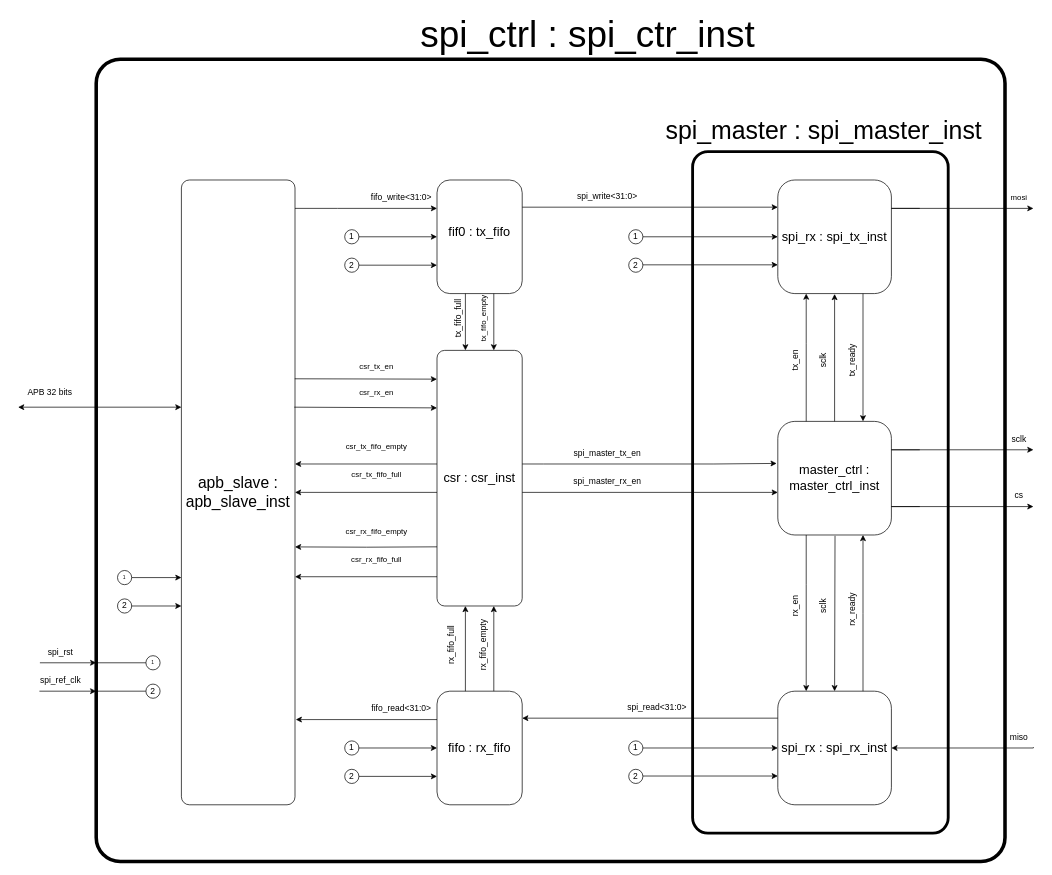
Earlier version of the draw.io diagram doc/Spi_ctrl.drawio (ver296/spi_ctrl). Source tidied: cells renumbered, new cells numbered last; positions are measured from the earlier drawing's top-left corner, leaving out a move shared by most shapes. Both pictures are drawn from the tidied source at 71%, with x=0, y=0 at pixel (18, 23).
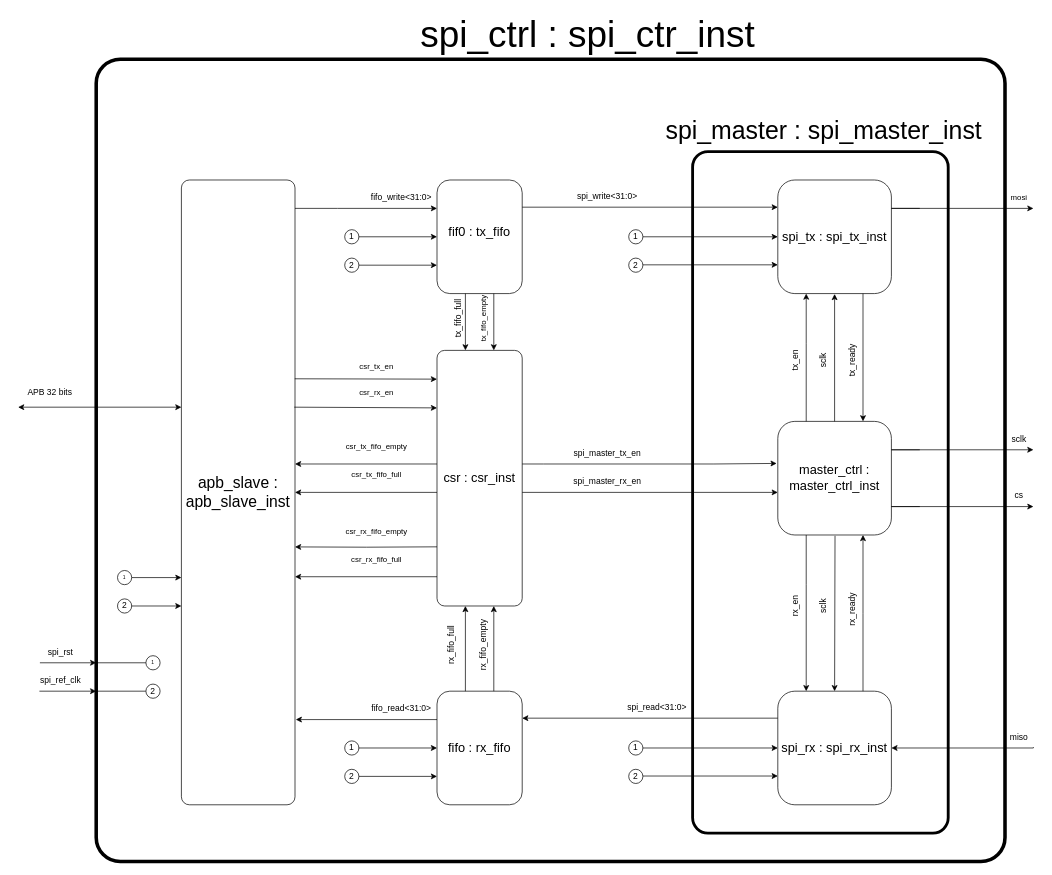
The same page after the edit.

The edit, as a diff of the source:
```diff
@@
-    <mxCell id="11" value="&lt;span style=&quot;font-size: 18px;&quot;&gt;spi_rx : spi_tx_inst&lt;/span&gt;" style="rounded=1;whiteSpace=wrap;html=1;labelBackgroundColor=none;" parent="6" vertex="1">
+    <mxCell id="11" value="&lt;span style=&quot;font-size: 18px;&quot;&gt;spi_tx : spi_tx_inst&lt;/span&gt;" style="rounded=1;whiteSpace=wrap;html=1;labelBackgroundColor=none;" parent="6" vertex="1">
       <mxGeometry x="1070" y="220" width="160" height="160" as="geometry" />
     </mxCell>
```
